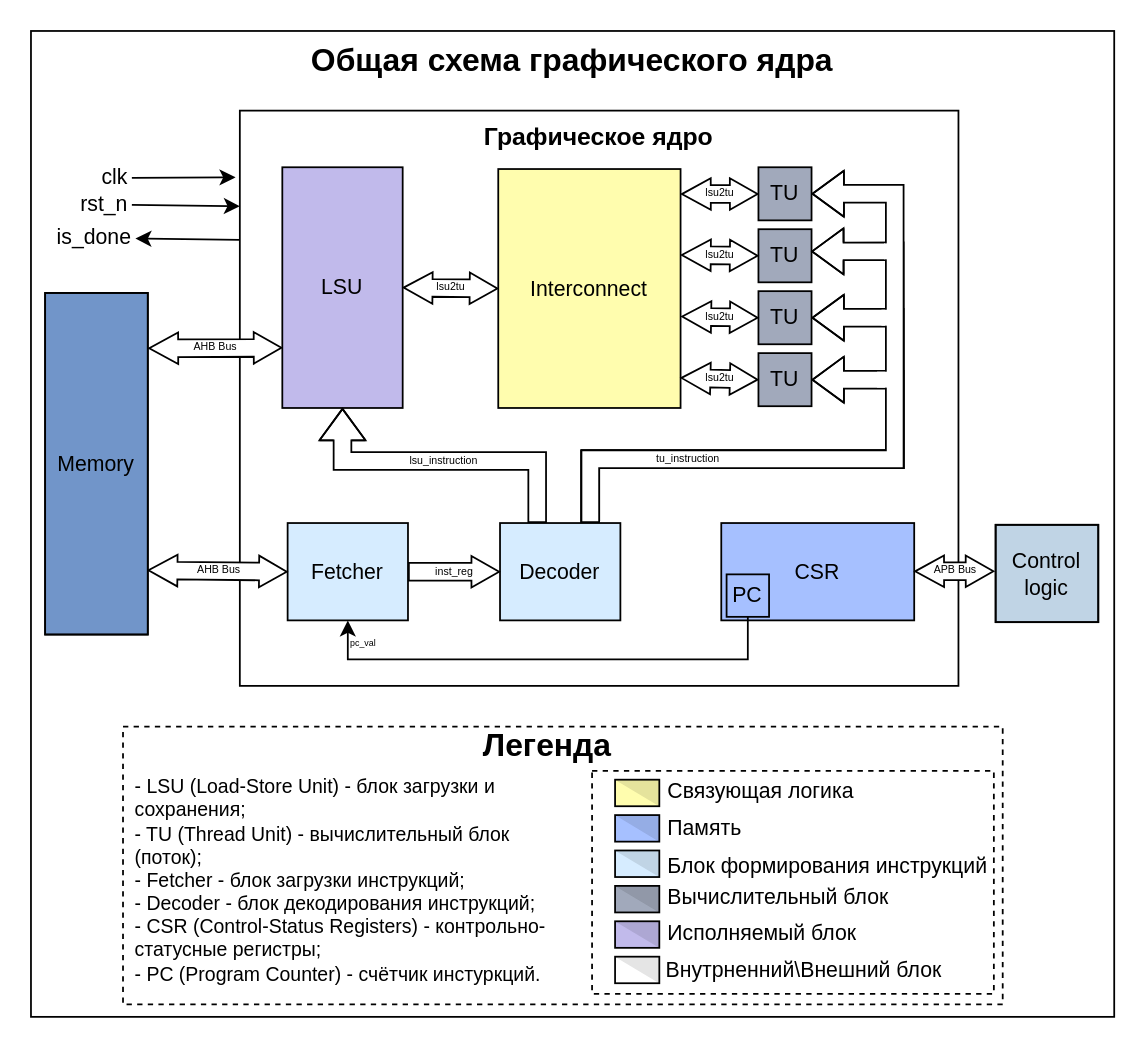
The draw.io diagram docs/starukhin_dissertation/images/svg/core.drawio in HaMeNopeDiot/hardware_gpu, before the edit. Source tidied: cells renumbered, new cells numbered last; positions are measured from the earlier drawing's top-left corner, leaving out a move shared by most shapes. Both pictures are drawn from the tidied source at 177%, with x=0, y=0 at pixel (30, 30).
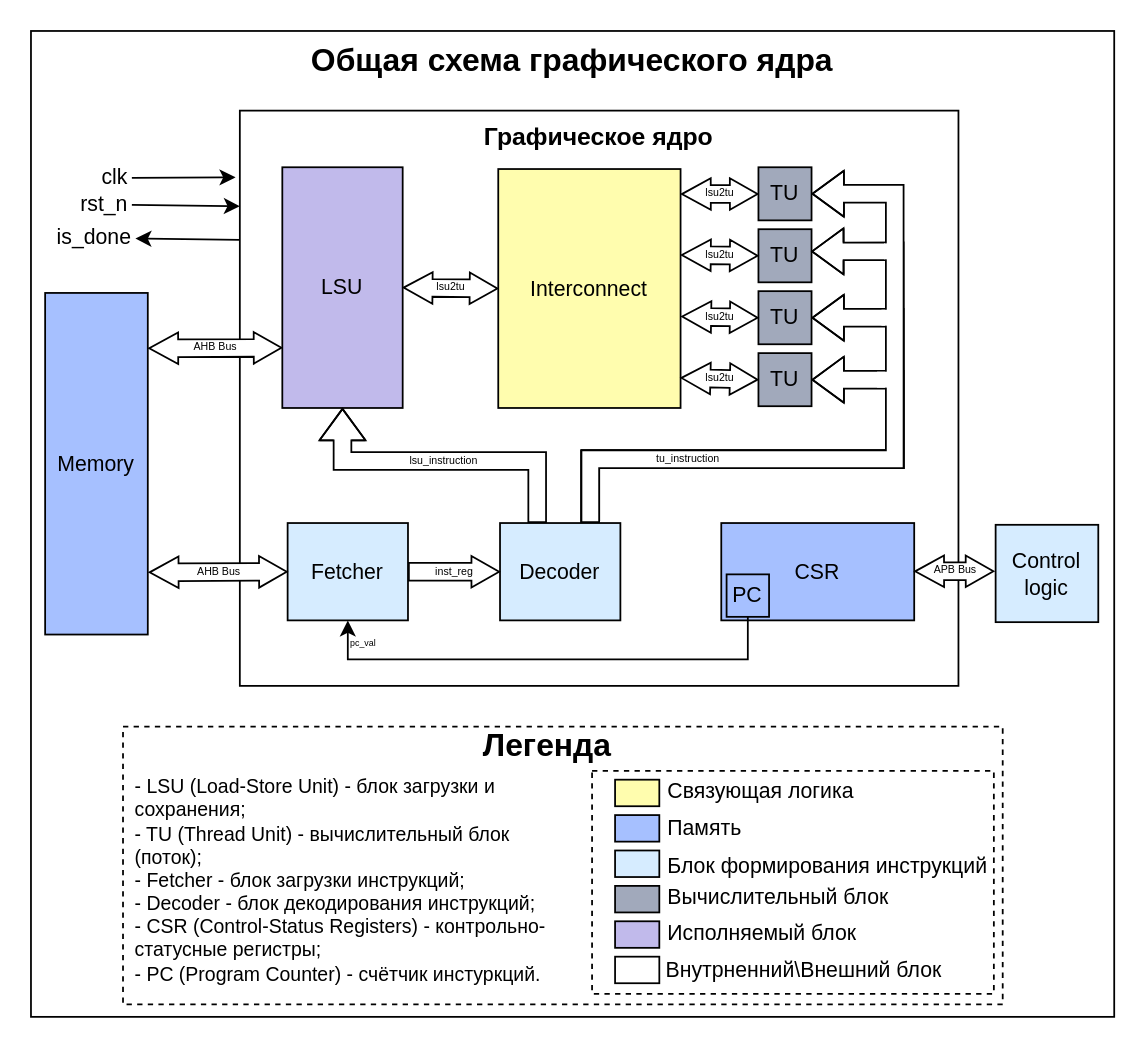
Above is the later version.

Commit message (it also covers changes not shown here):
update img core

The change refers to these unchanged cells:
```xml
<mxCell id="15" value="Fetcher" style="rounded=0;whiteSpace=wrap;html=1;fillColor=#D6ECFF;" parent="1" vertex="1">
  <mxGeometry x="145" y="278" width="68" height="55" as="geometry" />
</mxCell>
<mxCell id="43" style="group;" parent="1" vertex="1">
  <mxGeometry x="330" y="418" width="25" height="25" as="geometry" />
</mxCell>
<mxCell id="46" style="group;" parent="1" vertex="1">
  <mxGeometry x="330" y="443" width="25" height="15" as="geometry" />
</mxCell>
<mxCell id="49" style="group;" parent="1" vertex="1">
  <mxGeometry x="330" y="463" width="25" height="15" as="geometry" />
</mxCell>
<mxCell id="52" style="group;" parent="1" vertex="1">
  <mxGeometry x="330" y="483" width="25" height="15" as="geometry" />
</mxCell>
<mxCell id="55" style="group;" parent="1" vertex="1">
  <mxGeometry x="330" y="503" width="25" height="15" as="geometry" />
</mxCell>
<mxCell id="63" style="group;" parent="1" vertex="1">
  <mxGeometry x="545" y="279" width="58" height="55" as="geometry" />
</mxCell>
<mxCell id="67" style="group;" parent="66" vertex="1">
  <mxGeometry width="25" height="15" as="geometry" />
</mxCell>
<mxCell id="71" value="ь" style="group;" parent="1" vertex="1">
  <mxGeometry x="8" y="148" width="58" height="194" as="geometry" />
</mxCell>
```

Diff of the diagram source:
```diff
@@
-    <mxCell id="19" value="AHB Bus" style="shape=flexArrow;endArrow=classic;startArrow=classic;html=1;rounded=0;endSize=4.878504672897197;startSize=5.1196261682243;targetPerimeterSpacing=0;sourcePerimeterSpacing=0;startWidth=6.822429906542056;endWidth=6.822429906542056;entryX=0;entryY=0.5;entryDx=0;entryDy=0;fillColor=default;fontSize=6;exitX=0.998;exitY=0.812;exitDx=0;exitDy=0;exitPerimeter=0;" parent="1" edge="1" source="73" target="15">
+    <mxCell id="19" value="AHB Bus" style="shape=flexArrow;endArrow=classic;startArrow=classic;html=1;rounded=0;endSize=4.878504672897197;startSize=5.1196261682243;targetPerimeterSpacing=0;sourcePerimeterSpacing=0;startWidth=6.822429906542056;endWidth=6.822429906542056;entryX=0;entryY=0.5;entryDx=0;entryDy=0;fillColor=default;fontSize=6;exitX=1.009;exitY=0.818;exitDx=0;exitDy=0;exitPerimeter=0;" parent="1" edge="1" source="72" target="15">
       <mxGeometry relative="1" as="geometry" />
     </mxCell>
@@
-    <mxCell id="45" style="verticalLabelPosition=bottom;verticalAlign=top;html=1;shape=mxgraph.basic.orthogonal_triangle;rotation=-180;fillColor=light-dark(#0000001A,#0000001A);strokeColor=light-dark(#0000001A,#0000001A);gradientColor=none;strokeWidth=0;" parent="43" vertex="1">
-      <mxGeometry y="5" width="25" height="15" as="geometry" />
-    </mxCell>
@@
-    <mxCell id="48" style="verticalLabelPosition=bottom;verticalAlign=top;html=1;shape=mxgraph.basic.orthogonal_triangle;rotation=-180;fillColor=light-dark(#0000001A,#0000001A);strokeColor=light-dark(#0000001A,#0000001A);gradientColor=none;strokeWidth=0;" parent="46" vertex="1">
-      <mxGeometry width="25" height="15" as="geometry" />
-    </mxCell>
@@
-    <mxCell id="51" style="verticalLabelPosition=bottom;verticalAlign=top;html=1;shape=mxgraph.basic.orthogonal_triangle;rotation=-180;fillColor=light-dark(#0000001A,#0000001A);strokeColor=light-dark(#0000001A,#0000001A);gradientColor=none;strokeWidth=0;" parent="49" vertex="1">
-      <mxGeometry width="25" height="15" as="geometry" />
-    </mxCell>
@@
-    <mxCell id="54" style="verticalLabelPosition=bottom;verticalAlign=top;html=1;shape=mxgraph.basic.orthogonal_triangle;rotation=-180;fillColor=light-dark(#0000001A,#0000001A);strokeColor=light-dark(#0000001A,#0000001A);gradientColor=none;strokeWidth=0;" parent="52" vertex="1">
-      <mxGeometry width="25" height="15" as="geometry" />
-    </mxCell>
@@
-    <mxCell id="57" style="verticalLabelPosition=bottom;verticalAlign=top;html=1;shape=mxgraph.basic.orthogonal_triangle;rotation=-180;fillColor=light-dark(#0000001A,#0000001A);strokeColor=light-dark(#0000001A,#0000001A);gradientColor=none;strokeWidth=0;" parent="55" vertex="1">
-      <mxGeometry width="25" height="15" as="geometry" />
-    </mxCell>
@@
-    <mxCell id="65" value="&lt;div&gt;&lt;br&gt;&lt;/div&gt;" style="rounded=0;whiteSpace=wrap;html=1;gradientColor=none;fillColor=light-dark(#0000001A,#0000001A);" parent="63" vertex="1">
-      <mxGeometry width="58" height="55" as="geometry" />
-    </mxCell>
@@
-    <mxCell id="69" style="verticalLabelPosition=bottom;verticalAlign=top;html=1;shape=mxgraph.basic.orthogonal_triangle;rotation=-180;fillColor=light-dark(#0000001A,#0000001A);strokeColor=light-dark(#0000001A,#0000001A);gradientColor=none;strokeWidth=0;" parent="67" vertex="1">
-      <mxGeometry width="25" height="15" as="geometry" />
-    </mxCell>
@@
-    <mxCell id="72" value="Memory" style="rounded=0;whiteSpace=wrap;html=1;gradientColor=none;fillColor=light-dark(#7EA6E0,#7EA6E0);" parent="71" vertex="1">
+    <mxCell id="72" value="Memory" style="rounded=0;whiteSpace=wrap;html=1;gradientColor=none;fillColor=light-dark(#A6C0FF,#7EA6E0);" parent="71" vertex="1">
       <mxGeometry width="58" height="193" as="geometry" />
     </mxCell>
-    <mxCell id="73" value="&lt;div&gt;&lt;br&gt;&lt;/div&gt;" style="rounded=0;whiteSpace=wrap;html=1;gradientColor=none;fillColor=light-dark(#0000001A,#0000001A);" parent="71" vertex="1">
-      <mxGeometry width="58" height="193" as="geometry" />
-    </mxCell>
```
